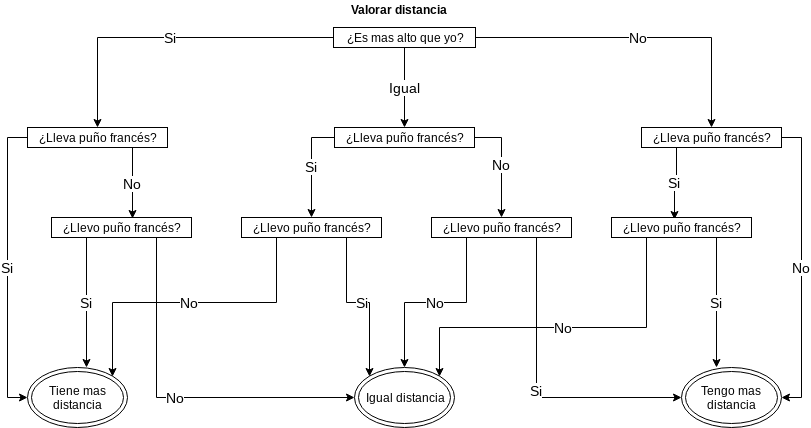
grego1201/MFT-DOC keeps this draw.io diagram as doc/Memoria/figs/MapaConocimientoDistancia.png. Above is the earlier version. Source tidied: cells renumbered, new cells last; positions are measured from the earlier drawing's top-left corner, leaving out a move shared by most shapes.
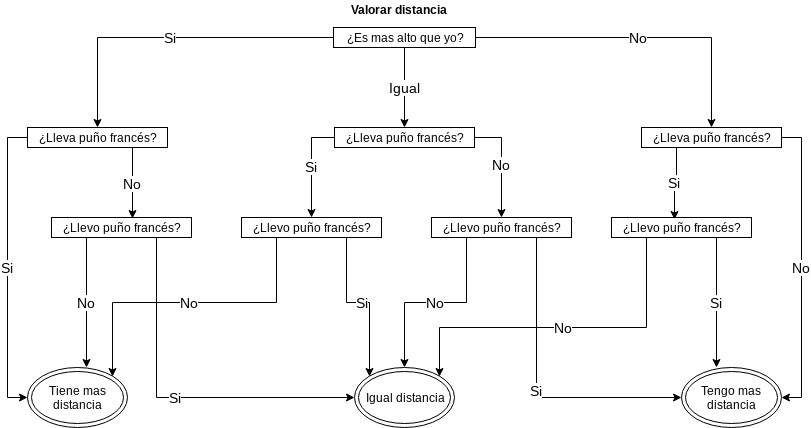
Later version of the same file.

Commit message:
Add figures to annexed

Diff of the diagram source:
```diff
@@ -53,10 +53,10 @@
     <mxCell id="18" value="Tengo mas distancia" style="ellipse;shape=doubleEllipse;whiteSpace=wrap;html=1;" parent="1" vertex="1">
       <mxGeometry x="654" y="367" width="100" height="60" as="geometry" />
     </mxCell>
-    <mxCell id="19" value="No" style="edgeStyle=orthogonalEdgeStyle;rounded=0;jettySize=auto;html=1;exitX=0.75;exitY=1;exitDx=0;exitDy=0;entryX=0;entryY=0.5;entryDx=0;entryDy=0;fontSize=14;" parent="1" edge="1" source="21" target="17">
+    <mxCell id="19" value="Si" style="edgeStyle=orthogonalEdgeStyle;rounded=0;jettySize=auto;html=1;exitX=0.75;exitY=1;exitDx=0;exitDy=0;entryX=0;entryY=0.5;entryDx=0;entryDy=0;fontSize=14;" parent="1" edge="1" source="21" target="17">
       <mxGeometry relative="1" as="geometry" />
     </mxCell>
-    <mxCell id="20" value="Si" style="edgeStyle=orthogonalEdgeStyle;rounded=0;jettySize=auto;html=1;exitX=0.25;exitY=1;exitDx=0;exitDy=0;entryX=0.59;entryY=0;entryDx=0;entryDy=0;entryPerimeter=0;fontSize=14;" parent="1" edge="1" source="21" target="16">
+    <mxCell id="20" value="No" style="edgeStyle=orthogonalEdgeStyle;rounded=0;jettySize=auto;html=1;exitX=0.25;exitY=1;exitDx=0;exitDy=0;entryX=0.59;entryY=0;entryDx=0;entryDy=0;entryPerimeter=0;fontSize=14;" parent="1" edge="1" source="21" target="16">
       <mxGeometry relative="1" as="geometry" />
     </mxCell>
     <mxCell id="21" value="¿Llevo puño francés?" style="rounded=0;whiteSpace=wrap;html=1;" parent="1" vertex="1">
```
